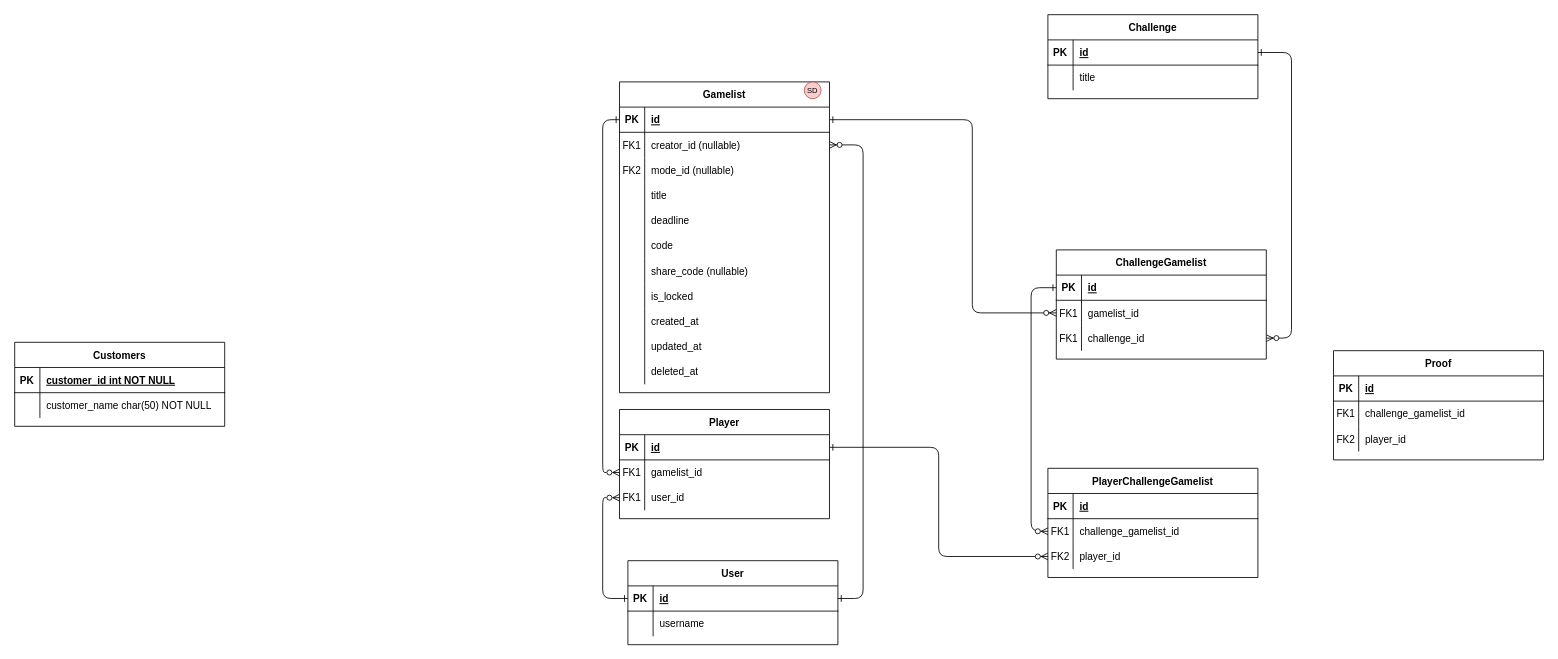
Above: bdd_v2.drawio in SheechApp/app-docs (draw.io), before the change. Source tidied: cells renumbered, new cells numbered last; positions are measured from the earlier drawing's top-left corner, leaving out a move shared by most shapes. Both pictures are drawn from the tidied source at 84%, with x=0, y=0 at pixel (14, 14).
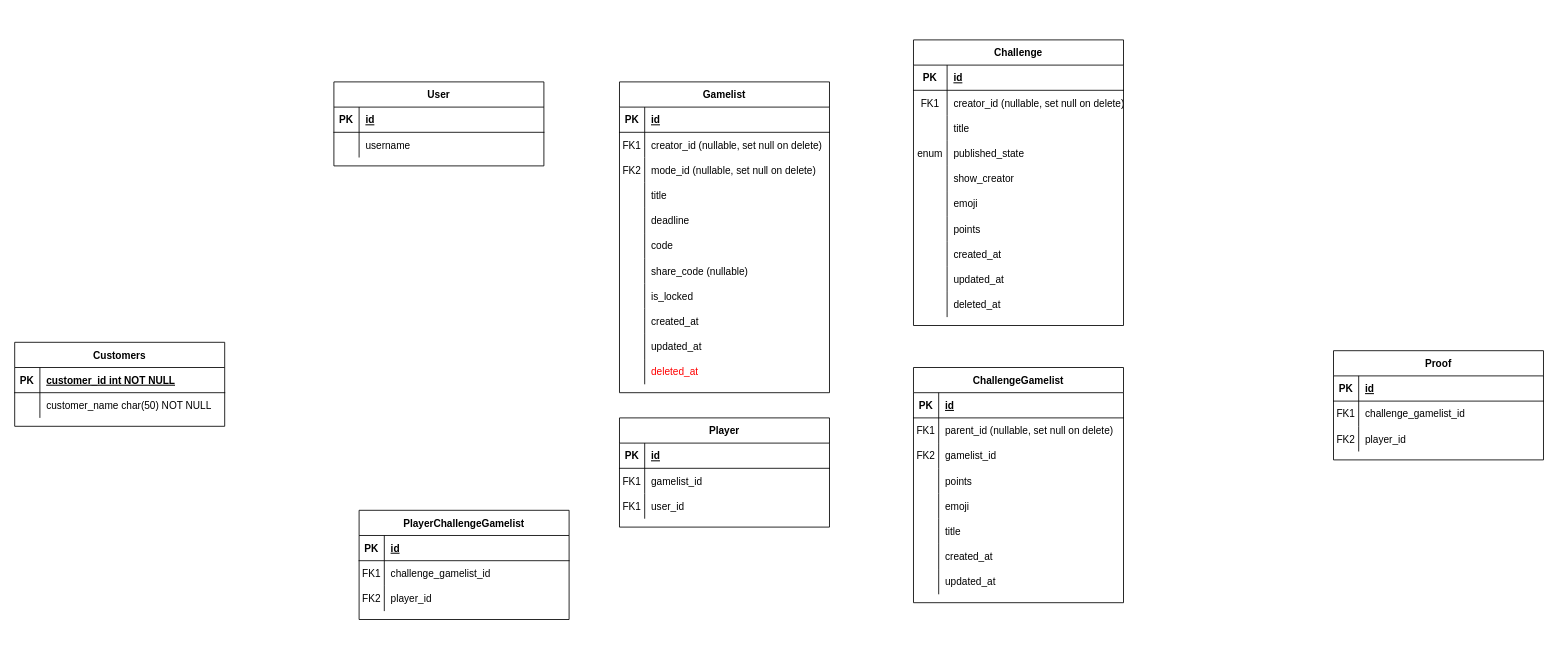
The same diagram, later.

Unchanged cells that the change refers to:
```xml
<mxCell id="10" style="shape=partialRectangle;fillColor=none;points=[[0,0.5],[1,0.5]];portConstraint=eastwest;top=0;left=0;right=0;bottom=1;" parent="9" vertex="1">
  <mxGeometry y="30" width="250" height="30" as="geometry" />
</mxCell>
<mxCell id="17" style="shape=partialRectangle;fillColor=none;points=[[0,0.5],[1,0.5]];portConstraint=eastwest;top=0;left=0;right=0;bottom=1;" parent="16" vertex="1">
  <mxGeometry y="30" width="250" height="30" as="geometry" />
</mxCell>
<mxCell id="20" style="shape=partialRectangle;fillColor=none;points=[[0,0.5],[1,0.5]];portConstraint=eastwest;top=0;left=0;right=0;bottom=0;" parent="16" vertex="1">
  <mxGeometry y="60" width="250" height="30" as="geometry" />
</mxCell>
<mxCell id="23" style="shape=partialRectangle;fillColor=none;top=0;left=0;right=0;bottom=0;" parent="16" vertex="1">
  <mxGeometry y="90" width="250" height="30" as="geometry" />
</mxCell>
<mxCell id="47" style="shape=partialRectangle;fillColor=none;top=0;left=0;right=0;bottom=0;" parent="16" vertex="1">
  <mxGeometry y="330" width="250" height="30" as="geometry" />
</mxCell>
<mxCell id="51" style="shape=partialRectangle;fillColor=none;points=[[0,0.5],[1,0.5]];portConstraint=eastwest;top=0;left=0;right=0;bottom=1;" parent="50" vertex="1">
  <mxGeometry y="30" width="250" height="30" as="geometry" />
</mxCell>
<mxCell id="54" style="shape=partialRectangle;fillColor=none;points=[[0,0.5],[1,0.5]];portConstraint=eastwest;top=0;left=0;right=0;bottom=0;" parent="50" vertex="1">
  <mxGeometry y="60" width="250" height="30" as="geometry" />
</mxCell>
<mxCell id="57" style="shape=partialRectangle;fillColor=none;points=[[0,0.5],[1,0.5]];portConstraint=eastwest;top=0;left=0;right=0;bottom=0;" parent="50" vertex="1">
  <mxGeometry y="90" width="250" height="30" as="geometry" />
</mxCell>
<mxCell id="64" style="shape=partialRectangle;fillColor=none;points=[[0,0.5],[1,0.5]];portConstraint=eastwest;top=0;left=0;right=0;bottom=1;" parent="63" vertex="1">
  <mxGeometry y="30" width="250" height="30" as="geometry" />
</mxCell>
<mxCell id="67" style="shape=partialRectangle;fillColor=none;top=0;left=0;right=0;bottom=0;" parent="63" vertex="1">
  <mxGeometry y="60" width="250" height="30" as="geometry" />
</mxCell>
<mxCell id="71" style="shape=partialRectangle;fillColor=none;points=[[0,0.5],[1,0.5]];portConstraint=eastwest;top=0;left=0;right=0;bottom=1;" parent="70" vertex="1">
  <mxGeometry y="30" width="250" height="30" as="geometry" />
</mxCell>
<mxCell id="74" style="shape=partialRectangle;fillColor=none;points=[[0,0.5],[1,0.5]];portConstraint=eastwest;top=0;left=0;right=0;bottom=0;" parent="70" vertex="1">
  <mxGeometry y="60" width="250" height="30" as="geometry" />
</mxCell>
<mxCell id="86" style="shape=partialRectangle;fillColor=none;points=[[0,0.5],[1,0.5]];portConstraint=eastwest;top=0;left=0;right=0;bottom=0;" parent="82" vertex="1">
  <mxGeometry y="60" width="250" height="30" as="geometry" />
</mxCell>
<mxCell id="89" style="shape=partialRectangle;fillColor=none;points=[[0,0.5],[1,0.5]];portConstraint=eastwest;top=0;left=0;right=0;bottom=0;" parent="82" vertex="1">
  <mxGeometry y="90" width="250" height="30" as="geometry" />
</mxCell>
```

What changed in the source:
```diff
@@
     <mxCell id="9" value="User" style="shape=table;startSize=30;childLayout=tableLayout;rowLines=0;fontStyle=1;align=center;" parent="1" vertex="1">
-      <mxGeometry x="730" y="650" width="250" height="100" as="geometry" />
+      <mxGeometry x="380" y="80" width="250" height="100" as="geometry" />
     </mxCell>
@@
-    <mxCell id="22" value="creator_id (nullable)" style="shape=partialRectangle;overflow=hidden;fillColor=none;top=0;left=0;bottom=0;right=0;align=left;spacingLeft=6;" parent="20" vertex="1">
+    <mxCell id="22" value="creator_id (nullable, set null on delete)" style="shape=partialRectangle;overflow=hidden;fillColor=none;top=0;left=0;bottom=0;right=0;align=left;spacingLeft=6;" parent="20" vertex="1">
       <mxGeometry x="30" width="220" height="30" as="geometry" />
     </mxCell>
@@
-    <mxCell id="25" value="mode_id (nullable)" style="shape=partialRectangle;overflow=hidden;fillColor=none;top=0;left=0;bottom=0;right=0;align=left;spacingLeft=6;" parent="23" vertex="1">
+    <mxCell id="25" value="mode_id (nullable, set null on delete)" style="shape=partialRectangle;overflow=hidden;fillColor=none;top=0;left=0;bottom=0;right=0;align=left;spacingLeft=6;" parent="23" vertex="1">
       <mxGeometry x="30" width="220" height="30" as="geometry" />
     </mxCell>
@@
-    <mxCell id="49" value="deleted_at" style="shape=partialRectangle;overflow=hidden;fillColor=none;top=0;left=0;bottom=0;right=0;align=left;spacingLeft=6;" parent="47" vertex="1">
+    <mxCell id="49" value="deleted_at" style="shape=partialRectangle;overflow=hidden;fillColor=none;top=0;left=0;bottom=0;right=0;align=left;spacingLeft=6;fontColor=#FF0000;" parent="47" vertex="1">
       <mxGeometry x="30" width="220" height="30" as="geometry" />
     </mxCell>
     <mxCell id="50" value="Player" style="shape=table;startSize=30;childLayout=tableLayout;rowLines=0;fontStyle=1;align=center;" parent="1" vertex="1">
-      <mxGeometry x="720" y="470" width="250" height="130" as="geometry" />
+      <mxGeometry x="720" y="480" width="250" height="130" as="geometry" />
     </mxCell>
@@
-    <mxCell id="60" style="edgeStyle=orthogonalEdgeStyle;rounded=1;jettySize=auto;html=1;exitX=1;exitY=0.5;exitDx=0;exitDy=0;startArrow=ERzeroToMany;startFill=1;endArrow=ERone;endFill=0;" parent="1" edge="1" source="20" target="10">
-      <mxGeometry relative="1" as="geometry">
-        <Array as="points">
-          <mxPoint x="1010" y="155" />
-          <mxPoint x="1010" y="695" />
-        </Array>
-      </mxGeometry>
-    </mxCell>
-    <mxCell id="61" style="edgeStyle=orthogonalEdgeStyle;rounded=1;jettySize=auto;html=1;exitX=0;exitY=0.5;exitDx=0;exitDy=0;entryX=0;entryY=0.5;entryDx=0;entryDy=0;startArrow=ERone;startFill=0;endArrow=ERzeroToMany;endFill=0;" parent="1" edge="1" source="10" target="57">
-      <mxGeometry relative="1" as="geometry" />
-    </mxCell>
-    <mxCell id="62" style="edgeStyle=orthogonalEdgeStyle;rounded=1;jettySize=auto;html=1;exitX=0;exitY=0.5;exitDx=0;exitDy=0;entryX=0;entryY=0.5;entryDx=0;entryDy=0;startArrow=ERone;startFill=0;endArrow=ERzeroToMany;endFill=0;" parent="1" edge="1" source="17" target="54">
-      <mxGeometry relative="1" as="geometry" />
-    </mxCell>
     <mxCell id="63" value="Challenge" style="shape=table;startSize=30;childLayout=tableLayout;rowLines=0;fontStyle=1;align=center;" parent="1" vertex="1">
-      <mxGeometry x="1230" width="250" height="100" as="geometry" />
+      <mxGeometry x="1070" y="30" width="250" height="340" as="geometry" />
     </mxCell>
@@
     <mxCell id="65" value="PK" style="shape=partialRectangle;overflow=hidden;fillColor=none;top=0;left=0;bottom=0;right=0;fontStyle=1;" parent="64" vertex="1">
-      <mxGeometry width="30" height="30" as="geometry" />
+      <mxGeometry width="40" height="30" as="geometry" />
     </mxCell>
     <mxCell id="66" value="id" style="shape=partialRectangle;overflow=hidden;fillColor=none;top=0;left=0;bottom=0;right=0;align=left;spacingLeft=6;fontStyle=5;" parent="64" vertex="1">
-      <mxGeometry x="30" width="220" height="30" as="geometry" />
+      <mxGeometry x="40" width="210" height="30" as="geometry" />
     </mxCell>
@@
-    <mxCell id="68" style="shape=partialRectangle;overflow=hidden;fillColor=none;top=0;left=0;bottom=0;right=0;" parent="67" vertex="1">
-      <mxGeometry width="30" height="30" as="geometry" />
+    <mxCell id="68" value="FK1" style="shape=partialRectangle;overflow=hidden;fillColor=none;top=0;left=0;bottom=0;right=0;" parent="67" vertex="1">
+      <mxGeometry width="40" height="30" as="geometry" />
     </mxCell>
-    <mxCell id="69" value="title" style="shape=partialRectangle;overflow=hidden;fillColor=none;top=0;left=0;bottom=0;right=0;align=left;spacingLeft=6;" parent="67" vertex="1">
-      <mxGeometry x="30" width="220" height="30" as="geometry" />
+    <mxCell id="69" value="creator_id (nullable, set null on delete)" style="shape=partialRectangle;overflow=hidden;fillColor=none;top=0;left=0;bottom=0;right=0;align=left;spacingLeft=6;" parent="67" vertex="1">
+      <mxGeometry x="40" width="210" height="30" as="geometry" />
     </mxCell>
+    <mxCell id="105" style="shape=partialRectangle;fillColor=none;top=0;left=0;right=0;bottom=0;" parent="63" vertex="1">
+      <mxGeometry y="90" width="250" height="30" as="geometry" />
+    </mxCell>
+    <mxCell id="106" style="shape=partialRectangle;overflow=hidden;fillColor=none;top=0;left=0;bottom=0;right=0;" parent="105" vertex="1">
+      <mxGeometry width="40" height="30" as="geometry" />
+    </mxCell>
+    <mxCell id="107" value="title" style="shape=partialRectangle;overflow=hidden;fillColor=none;top=0;left=0;bottom=0;right=0;align=left;spacingLeft=6;" parent="105" vertex="1">
+      <mxGeometry x="40" width="210" height="30" as="geometry" />
+    </mxCell>
+    <mxCell id="108" style="shape=partialRectangle;fillColor=none;top=0;left=0;right=0;bottom=0;" parent="63" vertex="1">
+      <mxGeometry y="120" width="250" height="30" as="geometry" />
+    </mxCell>
+    <mxCell id="109" value="enum" style="shape=partialRectangle;overflow=hidden;fillColor=none;top=0;left=0;bottom=0;right=0;" parent="108" vertex="1">
+      <mxGeometry width="40" height="30" as="geometry" />
+    </mxCell>
+    <mxCell id="110" value="published_state" style="shape=partialRectangle;overflow=hidden;fillColor=none;top=0;left=0;bottom=0;right=0;align=left;spacingLeft=6;" parent="108" vertex="1">
+      <mxGeometry x="40" width="210" height="30" as="geometry" />
+    </mxCell>
+    <mxCell id="111" style="shape=partialRectangle;fillColor=none;top=0;left=0;right=0;bottom=0;" parent="63" vertex="1">
+      <mxGeometry y="150" width="250" height="30" as="geometry" />
+    </mxCell>
+    <mxCell id="112" style="shape=partialRectangle;overflow=hidden;fillColor=none;top=0;left=0;bottom=0;right=0;" parent="111" vertex="1">
+      <mxGeometry width="40" height="30" as="geometry" />
+    </mxCell>
+    <mxCell id="113" value="show_creator" style="shape=partialRectangle;overflow=hidden;fillColor=none;top=0;left=0;bottom=0;right=0;align=left;spacingLeft=6;" parent="111" vertex="1">
+      <mxGeometry x="40" width="210" height="30" as="geometry" />
+    </mxCell>
+    <mxCell id="114" style="shape=partialRectangle;fillColor=none;top=0;left=0;right=0;bottom=0;" parent="63" vertex="1">
+      <mxGeometry y="180" width="250" height="30" as="geometry" />
+    </mxCell>
+    <mxCell id="115" style="shape=partialRectangle;overflow=hidden;fillColor=none;top=0;left=0;bottom=0;right=0;" parent="114" vertex="1">
+      <mxGeometry width="40" height="30" as="geometry" />
+    </mxCell>
+    <mxCell id="116" value="emoji" style="shape=partialRectangle;overflow=hidden;fillColor=none;top=0;left=0;bottom=0;right=0;align=left;spacingLeft=6;" parent="114" vertex="1">
+      <mxGeometry x="40" width="210" height="30" as="geometry" />
+    </mxCell>
+    <mxCell id="117" style="shape=partialRectangle;fillColor=none;top=0;left=0;right=0;bottom=0;" parent="63" vertex="1">
+      <mxGeometry y="210" width="250" height="30" as="geometry" />
+    </mxCell>
+    <mxCell id="118" style="shape=partialRectangle;overflow=hidden;fillColor=none;top=0;left=0;bottom=0;right=0;" parent="117" vertex="1">
+      <mxGeometry width="40" height="30" as="geometry" />
+    </mxCell>
+    <mxCell id="119" value="points" style="shape=partialRectangle;overflow=hidden;fillColor=none;top=0;left=0;bottom=0;right=0;align=left;spacingLeft=6;" parent="117" vertex="1">
+      <mxGeometry x="40" width="210" height="30" as="geometry" />
+    </mxCell>
+    <mxCell id="120" style="shape=partialRectangle;fillColor=none;top=0;left=0;right=0;bottom=0;" parent="63" vertex="1">
+      <mxGeometry y="240" width="250" height="30" as="geometry" />
+    </mxCell>
+    <mxCell id="121" style="shape=partialRectangle;overflow=hidden;fillColor=none;top=0;left=0;bottom=0;right=0;" parent="120" vertex="1">
+      <mxGeometry width="40" height="30" as="geometry" />
+    </mxCell>
+    <mxCell id="122" value="created_at" style="shape=partialRectangle;overflow=hidden;fillColor=none;top=0;left=0;bottom=0;right=0;align=left;spacingLeft=6;" parent="120" vertex="1">
+      <mxGeometry x="40" width="210" height="30" as="geometry" />
+    </mxCell>
+    <mxCell id="123" style="shape=partialRectangle;fillColor=none;top=0;left=0;right=0;bottom=0;" parent="63" vertex="1">
+      <mxGeometry y="270" width="250" height="30" as="geometry" />
+    </mxCell>
+    <mxCell id="124" style="shape=partialRectangle;overflow=hidden;fillColor=none;top=0;left=0;bottom=0;right=0;" parent="123" vertex="1">
+      <mxGeometry width="40" height="30" as="geometry" />
+    </mxCell>
+    <mxCell id="125" value="updated_at" style="shape=partialRectangle;overflow=hidden;fillColor=none;top=0;left=0;bottom=0;right=0;align=left;spacingLeft=6;" parent="123" vertex="1">
+      <mxGeometry x="40" width="210" height="30" as="geometry" />
+    </mxCell>
+    <mxCell id="126" style="shape=partialRectangle;fillColor=none;top=0;left=0;right=0;bottom=0;" parent="63" vertex="1">
+      <mxGeometry y="300" width="250" height="30" as="geometry" />
+    </mxCell>
+    <mxCell id="127" style="shape=partialRectangle;overflow=hidden;fillColor=none;top=0;left=0;bottom=0;right=0;" parent="126" vertex="1">
+      <mxGeometry width="40" height="30" as="geometry" />
+    </mxCell>
+    <mxCell id="128" value="deleted_at" style="shape=partialRectangle;overflow=hidden;fillColor=none;top=0;left=0;bottom=0;right=0;align=left;spacingLeft=6;" parent="126" vertex="1">
+      <mxGeometry x="40" width="210" height="30" as="geometry" />
+    </mxCell>
     <mxCell id="70" value="ChallengeGamelist" style="shape=table;startSize=30;childLayout=tableLayout;rowLines=0;fontStyle=1;align=center;" parent="1" vertex="1">
-      <mxGeometry x="1240" y="280" width="250" height="130" as="geometry" />
+      <mxGeometry x="1070" y="420" width="250" height="280" as="geometry" />
     </mxCell>
@@
-    <mxCell id="76" value="gamelist_id" style="shape=partialRectangle;overflow=hidden;fillColor=none;top=0;left=0;bottom=0;right=0;align=left;spacingLeft=6;" parent="74" vertex="1">
+    <mxCell id="76" value="parent_id (nullable, set null on delete)" style="shape=partialRectangle;overflow=hidden;fillColor=none;top=0;left=0;bottom=0;right=0;align=left;spacingLeft=6;" parent="74" vertex="1">
       <mxGeometry x="30" width="220" height="30" as="geometry" />
     </mxCell>
-    <mxCell id="77" style="shape=partialRectangle;fillColor=none;points=[[0,0.5],[1,0.5]];portConstraint=eastwest;top=0;left=0;right=0;bottom=0;" parent="70" vertex="1">
-      <mxGeometry y="90" width="250" height="30" as="geometry" />
-    </mxCell>
-    <mxCell id="78" value="FK1" style="shape=partialRectangle;overflow=hidden;fillColor=none;top=0;left=0;bottom=0;right=0;" parent="77" vertex="1">
-      <mxGeometry width="30" height="30" as="geometry" />
-    </mxCell>
-    <mxCell id="79" value="challenge_id" style="shape=partialRectangle;overflow=hidden;fillColor=none;top=0;left=0;bottom=0;right=0;align=left;spacingLeft=6;" parent="77" vertex="1">
-      <mxGeometry x="30" width="220" height="30" as="geometry" />
-    </mxCell>
-    <mxCell id="80" style="edgeStyle=orthogonalEdgeStyle;rounded=1;jettySize=auto;html=1;entryX=1;entryY=0.5;entryDx=0;entryDy=0;startArrow=ERzeroToMany;startFill=1;endArrow=ERone;endFill=0;exitX=1;exitY=0.5;exitDx=0;exitDy=0;" parent="1" edge="1" source="77" target="64">
-      <mxGeometry relative="1" as="geometry">
-        <Array as="points">
-          <mxPoint x="1520" y="385" />
-          <mxPoint x="1520" y="45" />
-        </Array>
-      </mxGeometry>
-    </mxCell>
-    <mxCell id="81" style="edgeStyle=orthogonalEdgeStyle;rounded=1;jettySize=auto;html=1;exitX=0;exitY=0.5;exitDx=0;exitDy=0;entryX=1;entryY=0.5;entryDx=0;entryDy=0;startArrow=ERzeroToMany;startFill=1;endArrow=ERone;endFill=0;" parent="1" edge="1" source="74" target="17">
-      <mxGeometry relative="1" as="geometry">
-        <Array as="points">
-          <mxPoint x="1140" y="355" />
-          <mxPoint x="1140" y="125" />
-        </Array>
-      </mxGeometry>
-    </mxCell>
+    <mxCell id="129" style="shape=partialRectangle;fillColor=none;top=0;left=0;right=0;bottom=0;" parent="70" vertex="1">
+      <mxGeometry y="90" width="250" height="30" as="geometry" />
+    </mxCell>
+    <mxCell id="130" value="FK2" style="shape=partialRectangle;overflow=hidden;fillColor=none;top=0;left=0;bottom=0;right=0;" parent="129" vertex="1">
+      <mxGeometry width="30" height="30" as="geometry" />
+    </mxCell>
+    <mxCell id="131" value="gamelist_id" style="shape=partialRectangle;overflow=hidden;fillColor=none;top=0;left=0;bottom=0;right=0;align=left;spacingLeft=6;" parent="129" vertex="1">
+      <mxGeometry x="30" width="220" height="30" as="geometry" />
+    </mxCell>
+    <mxCell id="132" style="shape=partialRectangle;fillColor=none;top=0;left=0;right=0;bottom=0;" parent="70" vertex="1">
+      <mxGeometry y="120" width="250" height="30" as="geometry" />
+    </mxCell>
+    <mxCell id="133" style="shape=partialRectangle;overflow=hidden;fillColor=none;top=0;left=0;bottom=0;right=0;" parent="132" vertex="1">
+      <mxGeometry width="30" height="30" as="geometry" />
+    </mxCell>
+    <mxCell id="134" value="points" style="shape=partialRectangle;overflow=hidden;fillColor=none;top=0;left=0;bottom=0;right=0;align=left;spacingLeft=6;" parent="132" vertex="1">
+      <mxGeometry x="30" width="220" height="30" as="geometry" />
+    </mxCell>
+    <mxCell id="135" style="shape=partialRectangle;fillColor=none;top=0;left=0;right=0;bottom=0;" parent="70" vertex="1">
+      <mxGeometry y="150" width="250" height="30" as="geometry" />
+    </mxCell>
+    <mxCell id="136" style="shape=partialRectangle;overflow=hidden;fillColor=none;top=0;left=0;bottom=0;right=0;" parent="135" vertex="1">
+      <mxGeometry width="30" height="30" as="geometry" />
+    </mxCell>
+    <mxCell id="137" value="emoji" style="shape=partialRectangle;overflow=hidden;fillColor=none;top=0;left=0;bottom=0;right=0;align=left;spacingLeft=6;" parent="135" vertex="1">
+      <mxGeometry x="30" width="220" height="30" as="geometry" />
+    </mxCell>
+    <mxCell id="138" style="shape=partialRectangle;fillColor=none;top=0;left=0;right=0;bottom=0;" parent="70" vertex="1">
+      <mxGeometry y="180" width="250" height="30" as="geometry" />
+    </mxCell>
+    <mxCell id="139" style="shape=partialRectangle;overflow=hidden;fillColor=none;top=0;left=0;bottom=0;right=0;" parent="138" vertex="1">
+      <mxGeometry width="30" height="30" as="geometry" />
+    </mxCell>
+    <mxCell id="140" value="title" style="shape=partialRectangle;overflow=hidden;fillColor=none;top=0;left=0;bottom=0;right=0;align=left;spacingLeft=6;" parent="138" vertex="1">
+      <mxGeometry x="30" width="220" height="30" as="geometry" />
+    </mxCell>
+    <mxCell id="141" style="shape=partialRectangle;fillColor=none;top=0;left=0;right=0;bottom=0;" parent="70" vertex="1">
+      <mxGeometry y="210" width="250" height="30" as="geometry" />
+    </mxCell>
+    <mxCell id="142" style="shape=partialRectangle;overflow=hidden;fillColor=none;top=0;left=0;bottom=0;right=0;" parent="141" vertex="1">
+      <mxGeometry width="30" height="30" as="geometry" />
+    </mxCell>
+    <mxCell id="143" value="created_at" style="shape=partialRectangle;overflow=hidden;fillColor=none;top=0;left=0;bottom=0;right=0;align=left;spacingLeft=6;" parent="141" vertex="1">
+      <mxGeometry x="30" width="220" height="30" as="geometry" />
+    </mxCell>
+    <mxCell id="144" style="shape=partialRectangle;fillColor=none;top=0;left=0;right=0;bottom=0;" parent="70" vertex="1">
+      <mxGeometry y="240" width="250" height="30" as="geometry" />
+    </mxCell>
+    <mxCell id="145" style="shape=partialRectangle;overflow=hidden;fillColor=none;top=0;left=0;bottom=0;right=0;" parent="144" vertex="1">
+      <mxGeometry width="30" height="30" as="geometry" />
+    </mxCell>
+    <mxCell id="146" value="updated_at" style="shape=partialRectangle;overflow=hidden;fillColor=none;top=0;left=0;bottom=0;right=0;align=left;spacingLeft=6;" parent="144" vertex="1">
+      <mxGeometry x="30" width="220" height="30" as="geometry" />
+    </mxCell>
     <mxCell id="82" value="PlayerChallengeGamelist" style="shape=table;startSize=30;childLayout=tableLayout;rowLines=0;fontStyle=1;align=center;" parent="1" vertex="1">
-      <mxGeometry x="1230" y="540" width="250" height="130" as="geometry" />
+      <mxGeometry x="410" y="590" width="250" height="130" as="geometry" />
     </mxCell>
@@
-    <mxCell id="92" style="edgeStyle=orthogonalEdgeStyle;rounded=1;jettySize=auto;html=1;entryX=0;entryY=0.5;entryDx=0;entryDy=0;startArrow=ERzeroToMany;startFill=1;endArrow=ERone;endFill=0;" parent="1" edge="1" source="86" target="71">
-      <mxGeometry relative="1" as="geometry">
-        <Array as="points">
-          <mxPoint x="1210" y="615" />
-          <mxPoint x="1210" y="325" />
-        </Array>
-      </mxGeometry>
-    </mxCell>
-    <mxCell id="93" style="edgeStyle=orthogonalEdgeStyle;rounded=1;jettySize=auto;html=1;exitX=0;exitY=0.5;exitDx=0;exitDy=0;entryX=1;entryY=0.5;entryDx=0;entryDy=0;startArrow=ERzeroToMany;startFill=1;endArrow=ERone;endFill=0;" parent="1" edge="1" source="89" target="51">
-      <mxGeometry relative="1" as="geometry" />
-    </mxCell>
@@
-    <mxCell id="104" value="&lt;div&gt;&lt;span style=&quot;font-size: 9px&quot;&gt;SD&lt;/span&gt;&lt;/div&gt;" style="ellipse;whiteSpace=wrap;html=1;fillColor=#f8cecc;strokeColor=#b85450;align=center;" parent="1" vertex="1">
-      <mxGeometry x="940" y="80" width="20" height="20" as="geometry" />
-    </mxCell>
```
